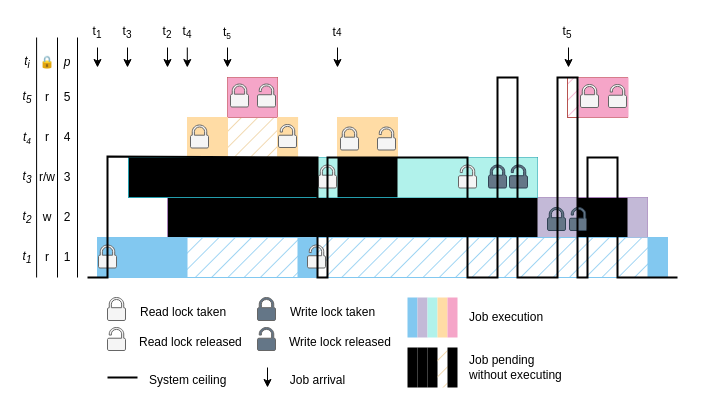
Before: assets/system-rw.drawio in perlindgren/rw-rtic, a draw.io diagram. Source tidied: cells renumbered, new cells numbered last; positions are measured from the earlier drawing's top-left corner, leaving out a move shared by most shapes. Both pictures are drawn from the tidied source at 100%, with x=0, y=0 at pixel (17, 17).
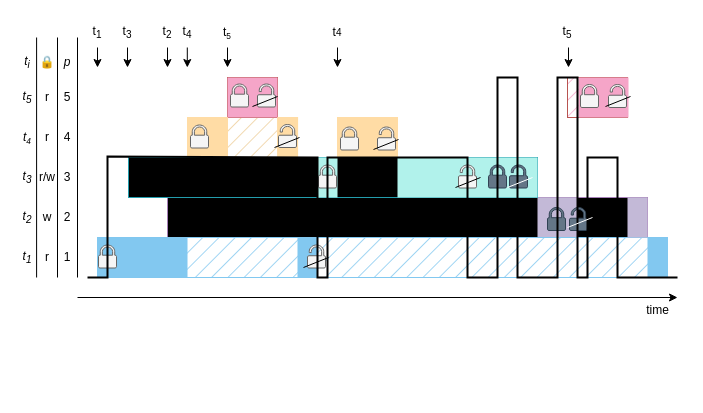
The same page after the edit.

What changed in the source:
```diff
@@
-    <mxCell id="59" style="endArrow=classic;html=1;rounded=0;" parent="1" edge="1">
-      <mxGeometry relative="1" as="geometry">
-        <mxPoint x="250" y="350" as="sourcePoint" />
-        <mxPoint x="250" y="370" as="targetPoint" />
-      </mxGeometry>
-    </mxCell>
-    <mxCell id="60" value="Job arrival" style="text;html=1;align=center;verticalAlign=middle;strokeColor=none;fillColor=none;" parent="1" vertex="1">
-      <mxGeometry x="260" y="348" width="80" height="30" as="geometry" />
-    </mxCell>
-    <mxCell id="61" style="sketch=0;shadow=0;dashed=0;html=1;strokeColor=#666666;labelPosition=center;verticalLabelPosition=bottom;verticalAlign=top;align=center;shape=mxgraph.office.security.lock_protected;fillColor=#f5f5f5;fontColor=#333333;strokeWidth=1;" parent="1" vertex="1">
-      <mxGeometry x="90" y="280" width="18" height="23" as="geometry" />
-    </mxCell>
-    <mxCell id="62" value="Read lock taken" style="text;html=1;align=left;verticalAlign=middle;strokeColor=none;fillColor=none;" parent="1" vertex="1">
-      <mxGeometry x="121" y="280" width="110" height="30" as="geometry" />
-    </mxCell>
-    <mxCell id="63" style="sketch=0;shadow=0;dashed=0;html=1;strokeColor=#666666;labelPosition=center;verticalLabelPosition=bottom;verticalAlign=top;align=center;shape=mxgraph.office.security.lock_unprotected;fillColor=#f5f5f5;fontColor=#333333;strokeWidth=1;" parent="1" vertex="1">
-      <mxGeometry x="90" y="310" width="18" height="23" as="geometry" />
-    </mxCell>
-    <mxCell id="64" value="Read lock released" style="text;html=1;align=left;verticalAlign=middle;strokeColor=none;fillColor=none;" parent="1" vertex="1">
-      <mxGeometry x="120" y="310" width="130" height="30" as="geometry" />
-    </mxCell>
-    <mxCell id="65" style="sketch=0;shadow=0;dashed=0;html=1;strokeColor=#666666;labelPosition=center;verticalLabelPosition=bottom;verticalAlign=top;align=center;shape=mxgraph.office.security.lock_protected;fillColor=light-dark(#647687, #6a6a6a);fontColor=#333333;strokeWidth=1;" parent="1" vertex="1">
-      <mxGeometry x="240" y="280" width="18" height="23" as="geometry" />
-    </mxCell>
-    <mxCell id="66" value="Write lock taken" style="text;html=1;align=left;verticalAlign=middle;strokeColor=none;fillColor=none;" parent="1" vertex="1">
-      <mxGeometry x="271" y="280" width="110" height="30" as="geometry" />
-    </mxCell>
-    <mxCell id="67" style="sketch=0;shadow=0;dashed=0;html=1;strokeColor=#666666;labelPosition=center;verticalLabelPosition=bottom;verticalAlign=top;align=center;shape=mxgraph.office.security.lock_unprotected;fillColor=light-dark(#647687, #6a6a6a);fontColor=#333333;strokeWidth=1;" parent="1" vertex="1">
-      <mxGeometry x="240" y="310" width="18" height="23" as="geometry" />
-    </mxCell>
-    <mxCell id="68" value="Write lock released" style="text;html=1;align=left;verticalAlign=middle;strokeColor=none;fillColor=none;" parent="1" vertex="1">
-      <mxGeometry x="270" y="310" width="130" height="30" as="geometry" />
-    </mxCell>
-    <mxCell id="69" style="endArrow=none;html=1;rounded=0;strokeWidth=2;" parent="1" edge="1">
-      <mxGeometry relative="1" as="geometry">
-        <mxPoint x="90" y="360" as="sourcePoint" />
-        <mxPoint x="120" y="360" as="targetPoint" />
-      </mxGeometry>
-    </mxCell>
-    <mxCell id="70" value="System ceiling" style="text;html=1;align=left;verticalAlign=middle;strokeColor=none;fillColor=none;" parent="1" vertex="1">
-      <mxGeometry x="130" y="348" width="100" height="30" as="geometry" />
-    </mxCell>
-    <mxCell id="71" style="rounded=0;whiteSpace=wrap;html=1;fillColor=light-dark(#82c8f0, #1d293b);strokeColor=none;" parent="1" vertex="1">
-      <mxGeometry x="390" y="280" width="10" height="40" as="geometry" />
-    </mxCell>
-    <mxCell id="72" style="rounded=0;whiteSpace=wrap;html=1;fillColor=light-dark(#C3B9D7,#C3B9D7);strokeColor=none;" parent="1" vertex="1">
-      <mxGeometry x="400" y="280" width="10" height="40" as="geometry" />
-    </mxCell>
-    <mxCell id="73" style="rounded=0;whiteSpace=wrap;html=1;fillColor=light-dark(#b1f2eb, #1f2f1e);strokeColor=none;" parent="1" vertex="1">
-      <mxGeometry x="410" y="280" width="10" height="40" as="geometry" />
-    </mxCell>
-    <mxCell id="74" style="rounded=0;whiteSpace=wrap;html=1;fillColor=light-dark(#FFDCA5,#FFDCA5);strokeColor=none;" parent="1" vertex="1">
-      <mxGeometry x="420" y="280" width="10" height="40" as="geometry" />
-    </mxCell>
-    <mxCell id="75" style="rounded=0;whiteSpace=wrap;html=1;fillColor=light-dark(#F5A5C8,#F5A5C8);strokeColor=none;" parent="1" vertex="1">
-      <mxGeometry x="430" y="280" width="10" height="40" as="geometry" />
-    </mxCell>
-    <mxCell id="76" value="Job execution" style="text;html=1;align=left;verticalAlign=middle;strokeColor=none;fillColor=none;" parent="1" vertex="1">
-      <mxGeometry x="450" y="285" width="100" height="30" as="geometry" />
-    </mxCell>
-    <mxCell id="77" style="rounded=0;whiteSpace=wrap;html=1;fillColor=light-dark(#82c8f0, #1d293b);strokeColor=none;fillStyle=hatch;" parent="1" vertex="1">
-      <mxGeometry x="390" y="330" width="10" height="40" as="geometry" />
-    </mxCell>
-    <mxCell id="78" style="rounded=0;whiteSpace=wrap;html=1;fillColor=light-dark(#cea4e1, #392f3f);strokeColor=none;fillStyle=hatch;" parent="1" vertex="1">
-      <mxGeometry x="400" y="330" width="10" height="40" as="geometry" />
-    </mxCell>
-    <mxCell id="79" style="rounded=0;whiteSpace=wrap;html=1;fillColor=light-dark(#99D1CB,#B1F2EB);strokeColor=none;fillStyle=hatch;" parent="1" vertex="1">
-      <mxGeometry x="410" y="330" width="10" height="40" as="geometry" />
-    </mxCell>
-    <mxCell id="80" style="rounded=0;whiteSpace=wrap;html=1;fillColor=#EDCD99;strokeColor=none;fillStyle=hatch;" parent="1" vertex="1">
-      <mxGeometry x="420" y="330" width="10" height="40" as="geometry" />
-    </mxCell>
-    <mxCell id="81" style="rounded=0;whiteSpace=wrap;html=1;fillColor=light-dark(#F5A5C8,#F5A5C8);strokeColor=none;fillStyle=hatch;" parent="1" vertex="1">
-      <mxGeometry x="430" y="330" width="10" height="40" as="geometry" />
-    </mxCell>
-    <mxCell id="82" value="Job pending&lt;div&gt;without executing&lt;/div&gt;" style="text;html=1;align=left;verticalAlign=middle;strokeColor=none;fillColor=none;" parent="1" vertex="1">
-      <mxGeometry x="450" y="330" width="120" height="40" as="geometry" />
-    </mxCell>
@@
+    <mxCell id="98" style="endArrow=none;html=1;rounded=0;" parent="1" edge="1">
+      <mxGeometry relative="1" as="geometry">
+        <mxPoint x="235" y="89" as="sourcePoint" />
+        <mxPoint x="260" y="79" as="targetPoint" />
+      </mxGeometry>
+    </mxCell>
+    <mxCell id="99" style="endArrow=none;html=1;rounded=0;" parent="1" edge="1">
+      <mxGeometry relative="1" as="geometry">
+        <mxPoint x="257" y="130" as="sourcePoint" />
+        <mxPoint x="282" y="120" as="targetPoint" />
+      </mxGeometry>
+    </mxCell>
+    <mxCell id="100" style="endArrow=none;html=1;rounded=0;" parent="1" edge="1">
+      <mxGeometry relative="1" as="geometry">
+        <mxPoint x="356" y="132" as="sourcePoint" />
+        <mxPoint x="381" y="122" as="targetPoint" />
+      </mxGeometry>
+    </mxCell>
+    <mxCell id="101" style="endArrow=none;html=1;rounded=0;" parent="1" edge="1">
+      <mxGeometry relative="1" as="geometry">
+        <mxPoint x="286" y="250" as="sourcePoint" />
+        <mxPoint x="311" y="240" as="targetPoint" />
+      </mxGeometry>
+    </mxCell>
+    <mxCell id="102" style="endArrow=none;html=1;rounded=0;" parent="1" edge="1">
+      <mxGeometry relative="1" as="geometry">
+        <mxPoint x="438" y="170" as="sourcePoint" />
+        <mxPoint x="463" y="160" as="targetPoint" />
+      </mxGeometry>
+    </mxCell>
+    <mxCell id="103" style="endArrow=none;html=1;rounded=0;" parent="1" edge="1">
+      <mxGeometry relative="1" as="geometry">
+        <mxPoint x="588" y="89" as="sourcePoint" />
+        <mxPoint x="613" y="79" as="targetPoint" />
+      </mxGeometry>
+    </mxCell>
+    <mxCell id="104" style="endArrow=none;html=1;rounded=0;strokeColor=#FFFFFF;" parent="1" edge="1">
+      <mxGeometry relative="1" as="geometry">
+        <mxPoint x="490" y="170" as="sourcePoint" />
+        <mxPoint x="515" y="160" as="targetPoint" />
+      </mxGeometry>
+    </mxCell>
+    <mxCell id="105" style="endArrow=none;html=1;rounded=0;strokeColor=#FFFFFF;" parent="1" edge="1">
+      <mxGeometry relative="1" as="geometry">
+        <mxPoint x="550" y="210" as="sourcePoint" />
+        <mxPoint x="575" y="200" as="targetPoint" />
+      </mxGeometry>
+    </mxCell>
+    <mxCell id="106" style="endArrow=classic;html=1;rounded=0;" parent="1" edge="1">
+      <mxGeometry relative="1" as="geometry">
+        <mxPoint x="60" y="280" as="sourcePoint" />
+        <mxPoint x="660" y="280" as="targetPoint" />
+      </mxGeometry>
+    </mxCell>
+    <mxCell id="107" value="time" style="text;html=1;align=center;verticalAlign=middle;strokeColor=none;fillColor=none;" parent="1" vertex="1">
+      <mxGeometry x="615" y="278" width="50" height="30" as="geometry" />
+    </mxCell>
```
